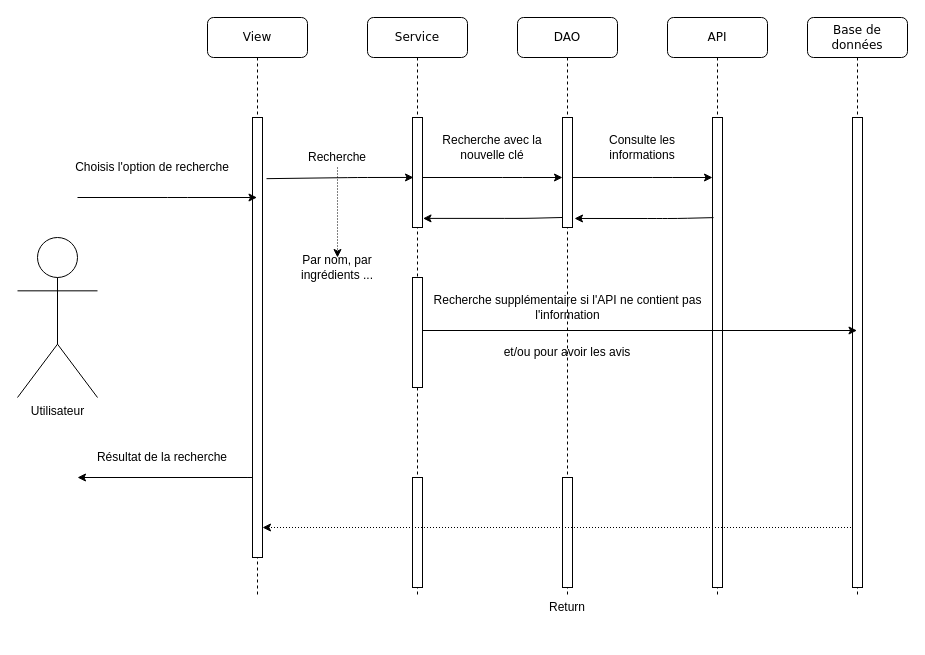
The draw.io diagram Untitled Diagram.drawio in wahib299/ProjetInfo2A, before the edit. Source tidied: cells renumbered, new cells numbered last; positions are measured from the earlier drawing's top-left corner, leaving out a move shared by most shapes. Both pictures are drawn from the tidied source at 100%, with x=0, y=0 at pixel (17, 17).
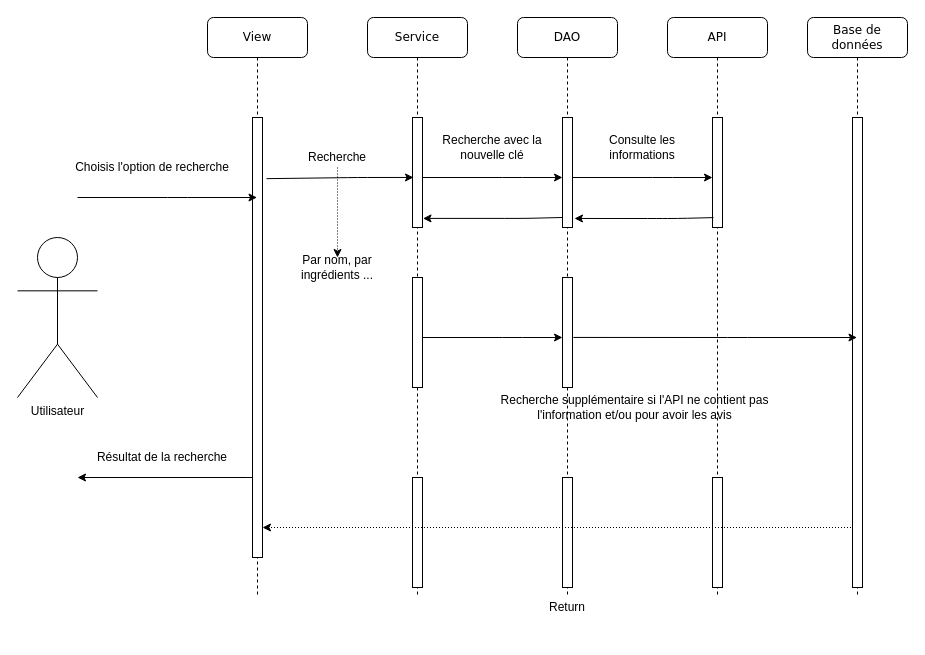
The same page after the edit.

Unchanged cells that the change refers to:
```xml
<mxCell id="8" value="DAO" style="shape=umlLifeline;perimeter=lifelinePerimeter;whiteSpace=wrap;html=1;rounded=1;shadow=0;comic=0;labelBackgroundColor=none;strokeWidth=1;fontFamily=Verdana;fontSize=12;align=center;" parent="1" vertex="1">
  <mxGeometry x="500" width="100" height="580" as="geometry" />
</mxCell>
<mxCell id="9" style="html=1;points=[];perimeter=orthogonalPerimeter;rounded=0;shadow=0;comic=0;labelBackgroundColor=none;strokeWidth=1;fontFamily=Verdana;fontSize=12;align=center;" parent="8" vertex="1">
  <mxGeometry x="45" y="100" width="10" height="110" as="geometry" />
</mxCell>
<mxCell id="13" value="API" style="shape=umlLifeline;perimeter=lifelinePerimeter;whiteSpace=wrap;html=1;rounded=1;shadow=0;comic=0;labelBackgroundColor=none;strokeWidth=1;fontFamily=Verdana;fontSize=12;align=center;" parent="1" vertex="1">
  <mxGeometry x="650" width="100" height="580" as="geometry" />
</mxCell>
<mxCell id="27" value="Base de données" style="shape=umlLifeline;perimeter=lifelinePerimeter;whiteSpace=wrap;html=1;outlineConnect=0;rounded=1;shadow=0;comic=0;labelBackgroundColor=none;strokeWidth=1;fontFamily=Verdana;fontSize=12;align=center;" parent="1" vertex="1">
  <mxGeometry x="790" width="100" height="580" as="geometry" />
</mxCell>
```

What changed in the source:
```diff
@@
-    <mxCell id="11" value="Recherche supplémentaire si l'API ne contient pas l'information" style="text;html=1;strokeColor=none;fillColor=none;align=center;verticalAlign=middle;whiteSpace=wrap;rounded=0;" parent="8" vertex="1">
-      <mxGeometry x="-97.5" y="280" width="295" height="20" as="geometry" />
-    </mxCell>
@@
+    <mxCell id="36" style="html=1;points=[];perimeter=orthogonalPerimeter;rounded=0;shadow=0;comic=0;labelBackgroundColor=none;strokeWidth=1;fontFamily=Verdana;fontSize=12;align=center;" parent="8" vertex="1">
+      <mxGeometry x="45" y="260" width="10" height="110" as="geometry" />
+    </mxCell>
@@
-    <mxCell id="14" style="html=1;points=[];perimeter=orthogonalPerimeter;rounded=0;shadow=0;comic=0;labelBackgroundColor=none;strokeWidth=1;fontFamily=Verdana;fontSize=12;align=center;" parent="13" vertex="1">
-      <mxGeometry x="45" y="100" width="10" height="470" as="geometry" />
-    </mxCell>
+    <mxCell id="37" style="html=1;perimeter=orthogonalPerimeter;rounded=0;shadow=0;comic=0;labelBackgroundColor=none;strokeWidth=1;fontFamily=Verdana;fontSize=12;align=center;" parent="13" vertex="1">
+      <mxGeometry x="45" y="100" width="10" height="110" as="geometry" />
+    </mxCell>
+    <mxCell id="38" style="html=1;perimeter=orthogonalPerimeter;rounded=0;shadow=0;comic=0;labelBackgroundColor=none;strokeWidth=1;fontFamily=Verdana;fontSize=12;align=center;" parent="13" vertex="1">
+      <mxGeometry x="45" y="460" width="10" height="110" as="geometry" />
+    </mxCell>
@@
-    <mxCell id="29" style="endArrow=classic;html=1;exitX=1;exitY=0.482;exitDx=0;exitDy=0;exitPerimeter=0;" parent="1" edge="1" target="27">
+    <mxCell id="29" style="endArrow=classic;html=1;exitX=1.086;exitY=0.545;exitDx=0;exitDy=0;exitPerimeter=0;" parent="1" edge="1" source="36" target="27">
       <mxGeometry relative="1" as="geometry">
-        <mxPoint x="405" y="313" as="sourcePoint" />
+        <Array as="points">
+          <mxPoint x="720" y="320" />
+        </Array>
       </mxGeometry>
     </mxCell>
@@
-    <mxCell id="33" style="endArrow=classic;html=1;entryX=1.2;entryY=0.918;entryDx=0;entryDy=0;entryPerimeter=0;exitX=0.1;exitY=0.213;exitDx=0;exitDy=0;exitPerimeter=0;" parent="1" edge="1" source="14" target="9">
+    <mxCell id="33" style="endArrow=classic;html=1;entryX=1.2;entryY=0.918;entryDx=0;entryDy=0;entryPerimeter=0;exitX=0.1;exitY=0.213;exitDx=0;exitDy=0;exitPerimeter=0;" parent="1" edge="1" target="9">
       <mxGeometry relative="1" as="geometry">
+        <mxPoint x="696" y="200.1" as="sourcePoint" />
         <Array as="points">
           <mxPoint x="660" y="201" />
           <mxPoint x="640" y="201" />
         </Array>
       </mxGeometry>
     </mxCell>
@@
-    <mxCell id="35" value="et/ou pour avoir les avis" style="text;html=1;strokeColor=none;fillColor=none;align=center;verticalAlign=middle;whiteSpace=wrap;rounded=0;" parent="1" vertex="1">
-      <mxGeometry x="415" y="325" width="270" height="20" as="geometry" />
-    </mxCell>
+    <mxCell id="39" style="endArrow=classic;html=1;" parent="1" edge="1">
+      <mxGeometry relative="1" as="geometry">
+        <mxPoint x="405" y="320" as="sourcePoint" />
+        <mxPoint x="545" y="320" as="targetPoint" />
+        <Array as="points">
+          <mxPoint x="495" y="320" />
+        </Array>
+      </mxGeometry>
+    </mxCell>
+    <mxCell id="11" value="Recherche supplémentaire si l'API ne contient pas l'information et/ou pour avoir les avis" style="text;html=1;strokeColor=none;fillColor=none;align=center;verticalAlign=middle;whiteSpace=wrap;rounded=0;" parent="1" vertex="1">
+      <mxGeometry x="470" y="370" width="295" height="40" as="geometry" />
+    </mxCell>
```
